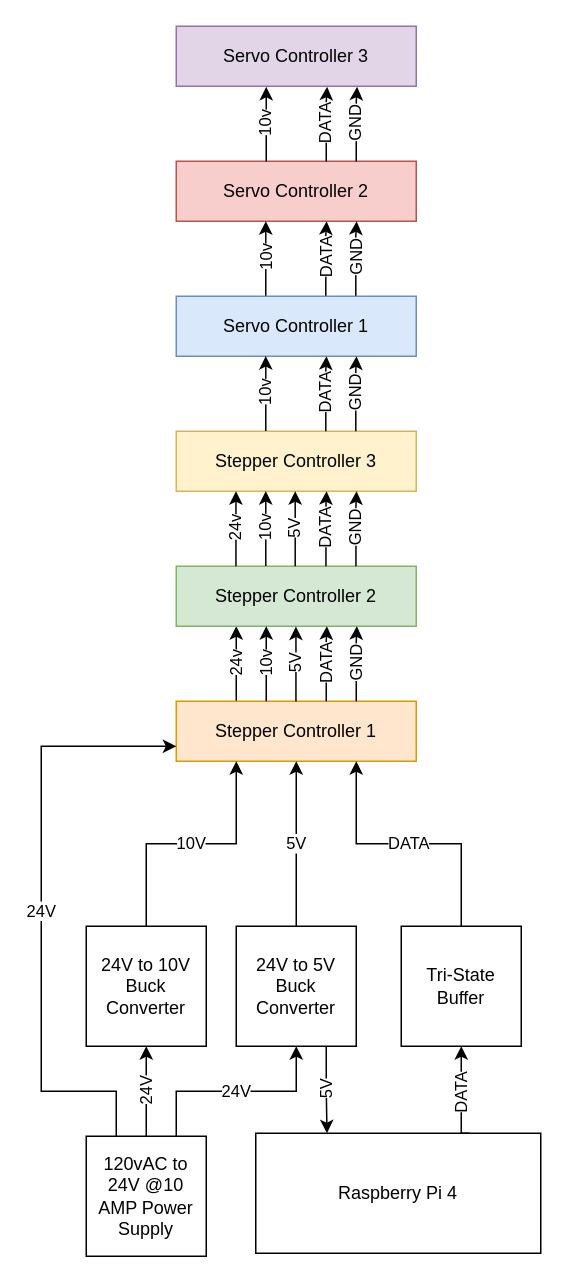
This is Hardware.drawio from darisoy/RobotArm, a draw.io file, before an edit. Source tidied: cells renumbered, new cells numbered last; positions are measured from the earlier drawing's top-left corner, leaving out a move shared by most shapes. Both pictures are drawn from the tidied source at 150%, with x=0, y=0 at pixel (40, 26).
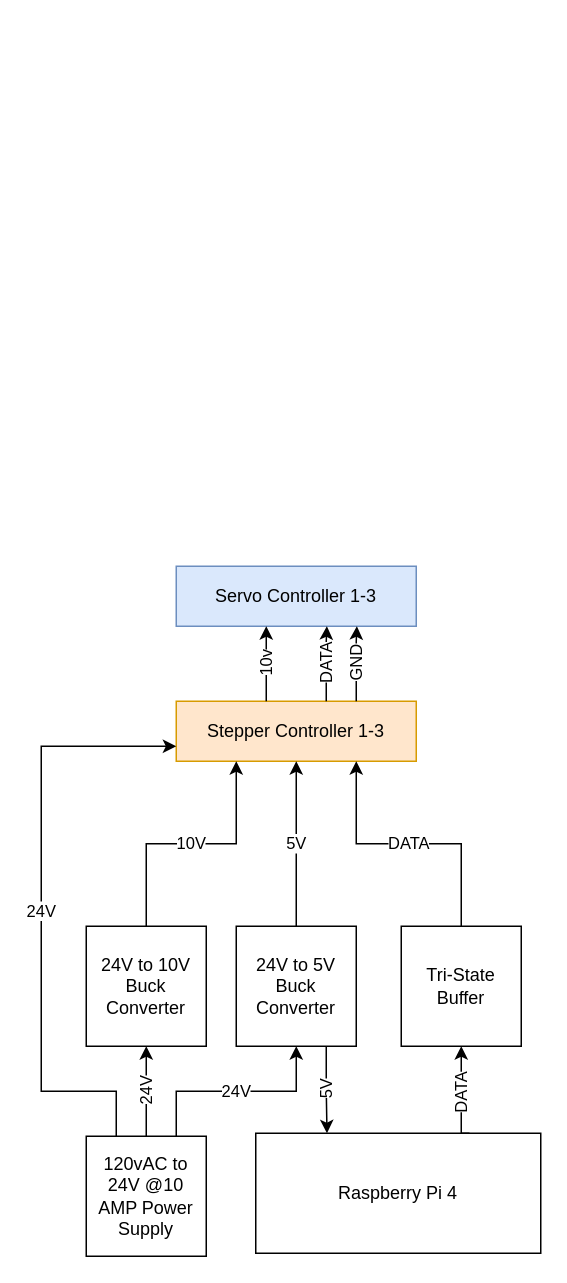
Above is the later version.

Change to the diagram source:
```diff
@@
-    <mxCell id="2" value="24v" style="edgeStyle=orthogonalEdgeStyle;rounded=0;jettySize=auto;html=1;exitX=0.25;exitY=0;exitDx=0;exitDy=0;entryX=0.25;entryY=1;entryDx=0;entryDy=0;labelPosition=center;verticalLabelPosition=middle;align=center;verticalAlign=middle;horizontal=0;" parent="1" edge="1" source="3" target="4">
-      <mxGeometry relative="1" as="geometry" />
-    </mxCell>
-    <mxCell id="3" value="Stepper Controller 1" style="rounded=0;whiteSpace=wrap;html=1;fillColor=#ffe6cc;strokeColor=#d79b00;" parent="1" vertex="1">
+    <mxCell id="3" value="Stepper Controller 1-3" style="rounded=0;whiteSpace=wrap;html=1;fillColor=#ffe6cc;strokeColor=#d79b00;" parent="1" vertex="1">
       <mxGeometry x="90" y="450" width="160" height="40" as="geometry" />
     </mxCell>
-    <mxCell id="4" value="Stepper Controller 2" style="rounded=0;whiteSpace=wrap;html=1;fillColor=#d5e8d4;strokeColor=#82b366;" parent="1" vertex="1">
-      <mxGeometry x="90" y="360" width="160" height="40" as="geometry" />
-    </mxCell>
-    <mxCell id="5" value="Stepper Controller 3" style="rounded=0;whiteSpace=wrap;html=1;fillColor=#fff2cc;strokeColor=#d6b656;" parent="1" vertex="1">
-      <mxGeometry x="90" y="270" width="160" height="40" as="geometry" />
-    </mxCell>
-    <mxCell id="6" value="Servo Controller 1" style="rounded=0;whiteSpace=wrap;html=1;fillColor=#dae8fc;strokeColor=#6c8ebf;" parent="1" vertex="1">
-      <mxGeometry x="90" y="180" width="160" height="40" as="geometry" />
+    <mxCell id="6" value="Servo Controller 1-3" style="rounded=0;whiteSpace=wrap;html=1;fillColor=#dae8fc;strokeColor=#6c8ebf;" parent="1" vertex="1">
+      <mxGeometry x="90" y="360" width="160" height="40" as="geometry" />
     </mxCell>
-    <mxCell id="7" value="Servo Controller 2" style="rounded=0;whiteSpace=wrap;html=1;fillColor=#f8cecc;strokeColor=#b85450;" parent="1" vertex="1">
-      <mxGeometry x="90" y="90" width="160" height="40" as="geometry" />
-    </mxCell>
-    <mxCell id="8" value="Servo Controller 3" style="rounded=0;whiteSpace=wrap;html=1;fillColor=#e1d5e7;strokeColor=#9673a6;" parent="1" vertex="1">
-      <mxGeometry x="90" width="160" height="40" as="geometry" />
-    </mxCell>
@@
-    <mxCell id="10" value="5V" style="edgeStyle=orthogonalEdgeStyle;rounded=0;orthogonalLoop=1;jettySize=auto;html=1;exitX=0.25;exitY=0;exitDx=0;exitDy=0;labelPosition=center;verticalLabelPosition=middle;align=center;verticalAlign=middle;horizontal=0;" parent="1" edge="1">
-      <mxGeometry relative="1" as="geometry">
-        <mxPoint x="169.8" y="450.2" as="sourcePoint" />
-        <mxPoint x="169.8" y="400.2" as="targetPoint" />
-        <Array as="points">
-          <mxPoint x="169.8" y="410.2" />
-          <mxPoint x="169.8" y="410.2" />
-        </Array>
-      </mxGeometry>
-    </mxCell>
@@
-    <mxCell id="13" value="24v" style="edgeStyle=orthogonalEdgeStyle;rounded=0;orthogonalLoop=1;jettySize=auto;html=1;exitX=0.25;exitY=0;exitDx=0;exitDy=0;entryX=0.25;entryY=1;entryDx=0;entryDy=0;labelPosition=center;verticalLabelPosition=middle;align=center;verticalAlign=middle;horizontal=0;" parent="1" edge="1">
-      <mxGeometry relative="1" as="geometry">
-        <mxPoint x="129.8" y="360" as="sourcePoint" />
-        <mxPoint x="129.8" y="310" as="targetPoint" />
-      </mxGeometry>
-    </mxCell>
-    <mxCell id="14" value="10v" style="edgeStyle=orthogonalEdgeStyle;rounded=0;orthogonalLoop=1;jettySize=auto;html=1;exitX=0.25;exitY=0;exitDx=0;exitDy=0;labelPosition=center;verticalLabelPosition=middle;align=center;verticalAlign=middle;horizontal=0;" parent="1" edge="1">
-      <mxGeometry relative="1" as="geometry">
-        <mxPoint x="149.7" y="359.9" as="sourcePoint" />
-        <mxPoint x="149.7" y="309.9" as="targetPoint" />
-      </mxGeometry>
-    </mxCell>
-    <mxCell id="15" value="5V" style="edgeStyle=orthogonalEdgeStyle;rounded=0;orthogonalLoop=1;jettySize=auto;html=1;exitX=0.25;exitY=0;exitDx=0;exitDy=0;labelPosition=center;verticalLabelPosition=middle;align=center;verticalAlign=middle;horizontal=0;" parent="1" edge="1">
-      <mxGeometry relative="1" as="geometry">
-        <mxPoint x="169.3" y="360" as="sourcePoint" />
-        <mxPoint x="169.3" y="310" as="targetPoint" />
-        <Array as="points">
-          <mxPoint x="169.5" y="320.1" />
-          <mxPoint x="169.5" y="320.1" />
-        </Array>
-      </mxGeometry>
-    </mxCell>
-    <mxCell id="16" value="DATA" style="edgeStyle=orthogonalEdgeStyle;rounded=0;orthogonalLoop=1;jettySize=auto;html=1;exitX=0.25;exitY=0;exitDx=0;exitDy=0;labelPosition=center;verticalLabelPosition=middle;align=center;verticalAlign=middle;horizontal=0;" parent="1" edge="1">
-      <mxGeometry relative="1" as="geometry">
-        <mxPoint x="189.8" y="360" as="sourcePoint" />
-        <mxPoint x="190.2" y="310" as="targetPoint" />
-        <Array as="points">
-          <mxPoint x="189.9" y="319.9" />
-          <mxPoint x="189.9" y="319.9" />
-        </Array>
-      </mxGeometry>
-    </mxCell>
-    <mxCell id="17" value="GND" style="edgeStyle=orthogonalEdgeStyle;rounded=0;orthogonalLoop=1;jettySize=auto;html=1;exitX=0.25;exitY=0;exitDx=0;exitDy=0;labelPosition=center;verticalLabelPosition=middle;align=center;verticalAlign=middle;horizontal=0;" parent="1" edge="1">
-      <mxGeometry relative="1" as="geometry">
-        <mxPoint x="209.8" y="360" as="sourcePoint" />
-        <mxPoint x="210.2" y="310" as="targetPoint" />
-        <Array as="points">
-          <mxPoint x="209.9" y="319.9" />
-          <mxPoint x="209.9" y="319.9" />
-        </Array>
-      </mxGeometry>
-    </mxCell>
-    <mxCell id="18" value="10v" style="edgeStyle=orthogonalEdgeStyle;rounded=0;orthogonalLoop=1;jettySize=auto;html=1;exitX=0.25;exitY=0;exitDx=0;exitDy=0;labelPosition=center;verticalLabelPosition=middle;align=center;verticalAlign=middle;horizontal=0;" parent="1" edge="1">
-      <mxGeometry relative="1" as="geometry">
-        <mxPoint x="149.7" y="269.9" as="sourcePoint" />
-        <mxPoint x="149.7" y="219.9" as="targetPoint" />
-        <Array as="points">
-          <mxPoint x="150" y="245" />
-        </Array>
-      </mxGeometry>
-    </mxCell>
-    <mxCell id="19" value="DATA" style="edgeStyle=orthogonalEdgeStyle;rounded=0;orthogonalLoop=1;jettySize=auto;html=1;exitX=0.25;exitY=0;exitDx=0;exitDy=0;labelPosition=center;verticalLabelPosition=middle;align=center;verticalAlign=middle;horizontal=0;" parent="1" edge="1">
-      <mxGeometry relative="1" as="geometry">
-        <mxPoint x="189.7" y="270" as="sourcePoint" />
-        <mxPoint x="190.2" y="220" as="targetPoint" />
-        <Array as="points">
-          <mxPoint x="189.9" y="229.9" />
-          <mxPoint x="189.9" y="229.9" />
-        </Array>
-      </mxGeometry>
-    </mxCell>
-    <mxCell id="20" value="GND" style="edgeStyle=orthogonalEdgeStyle;rounded=0;orthogonalLoop=1;jettySize=auto;html=1;exitX=0.25;exitY=0;exitDx=0;exitDy=0;labelPosition=center;verticalLabelPosition=middle;align=center;verticalAlign=middle;horizontal=0;" parent="1" edge="1">
-      <mxGeometry relative="1" as="geometry">
-        <mxPoint x="209.7" y="270" as="sourcePoint" />
-        <mxPoint x="210.2" y="220" as="targetPoint" />
-        <Array as="points">
-          <mxPoint x="209.9" y="229.9" />
-          <mxPoint x="209.9" y="229.9" />
-        </Array>
-      </mxGeometry>
-    </mxCell>
-    <mxCell id="21" value="10v" style="edgeStyle=orthogonalEdgeStyle;rounded=0;orthogonalLoop=1;jettySize=auto;html=1;exitX=0.25;exitY=0;exitDx=0;exitDy=0;labelPosition=center;verticalLabelPosition=middle;align=center;verticalAlign=middle;horizontal=0;" parent="1" edge="1">
-      <mxGeometry relative="1" as="geometry">
-        <mxPoint x="149.7" y="179.7" as="sourcePoint" />
-        <mxPoint x="149.7" y="130" as="targetPoint" />
-        <Array as="points">
-          <mxPoint x="149.9" y="155" />
-        </Array>
-      </mxGeometry>
-    </mxCell>
-    <mxCell id="22" value="DATA" style="edgeStyle=orthogonalEdgeStyle;rounded=0;orthogonalLoop=1;jettySize=auto;html=1;exitX=0.25;exitY=0;exitDx=0;exitDy=0;labelPosition=center;verticalLabelPosition=middle;align=center;verticalAlign=middle;horizontal=0;" parent="1" edge="1">
-      <mxGeometry relative="1" as="geometry">
-        <mxPoint x="189.7" y="179.7" as="sourcePoint" />
-        <mxPoint x="190.3" y="130" as="targetPoint" />
-        <Array as="points">
-          <mxPoint x="189.8" y="139.9" />
-          <mxPoint x="189.8" y="139.9" />
-        </Array>
-      </mxGeometry>
-    </mxCell>
-    <mxCell id="23" value="GND" style="edgeStyle=orthogonalEdgeStyle;rounded=0;orthogonalLoop=1;jettySize=auto;html=1;exitX=0.25;exitY=0;exitDx=0;exitDy=0;labelPosition=center;verticalLabelPosition=middle;align=center;verticalAlign=middle;horizontal=0;" parent="1" edge="1">
-      <mxGeometry relative="1" as="geometry">
-        <mxPoint x="209.7" y="179.7" as="sourcePoint" />
-        <mxPoint x="210.3" y="130" as="targetPoint" />
-        <Array as="points">
-          <mxPoint x="209.8" y="139.9" />
-          <mxPoint x="209.8" y="139.9" />
-        </Array>
-      </mxGeometry>
-    </mxCell>
-    <mxCell id="24" value="10v" style="edgeStyle=orthogonalEdgeStyle;rounded=0;orthogonalLoop=1;jettySize=auto;html=1;exitX=0.25;exitY=0;exitDx=0;exitDy=0;labelPosition=center;verticalLabelPosition=middle;align=center;verticalAlign=middle;horizontal=0;" parent="1" edge="1">
-      <mxGeometry relative="1" as="geometry">
-        <mxPoint x="150" y="90.1" as="sourcePoint" />
-        <mxPoint x="150" y="40.4" as="targetPoint" />
-        <Array as="points">
-          <mxPoint x="150.1" y="65.4" />
-        </Array>
-      </mxGeometry>
-    </mxCell>
-    <mxCell id="25" value="DATA" style="edgeStyle=orthogonalEdgeStyle;rounded=0;orthogonalLoop=1;jettySize=auto;html=1;exitX=0.25;exitY=0;exitDx=0;exitDy=0;labelPosition=center;verticalLabelPosition=middle;align=center;verticalAlign=middle;horizontal=0;" parent="1" edge="1">
-      <mxGeometry relative="1" as="geometry">
-        <mxPoint x="190" y="90.1" as="sourcePoint" />
-        <mxPoint x="190.6" y="40.4" as="targetPoint" />
-        <Array as="points">
-          <mxPoint x="190" y="50.3" />
-          <mxPoint x="190" y="50.3" />
-        </Array>
-      </mxGeometry>
-    </mxCell>
-    <mxCell id="26" value="GND" style="edgeStyle=orthogonalEdgeStyle;rounded=0;orthogonalLoop=1;jettySize=auto;html=1;exitX=0.25;exitY=0;exitDx=0;exitDy=0;labelPosition=center;verticalLabelPosition=middle;align=center;verticalAlign=middle;horizontal=0;" parent="1" edge="1">
-      <mxGeometry relative="1" as="geometry">
-        <mxPoint x="210" y="90.1" as="sourcePoint" />
-        <mxPoint x="210.6" y="40.4" as="targetPoint" />
-        <Array as="points">
-          <mxPoint x="210" y="50.3" />
-          <mxPoint x="210" y="50.3" />
-        </Array>
-      </mxGeometry>
-    </mxCell>
```
